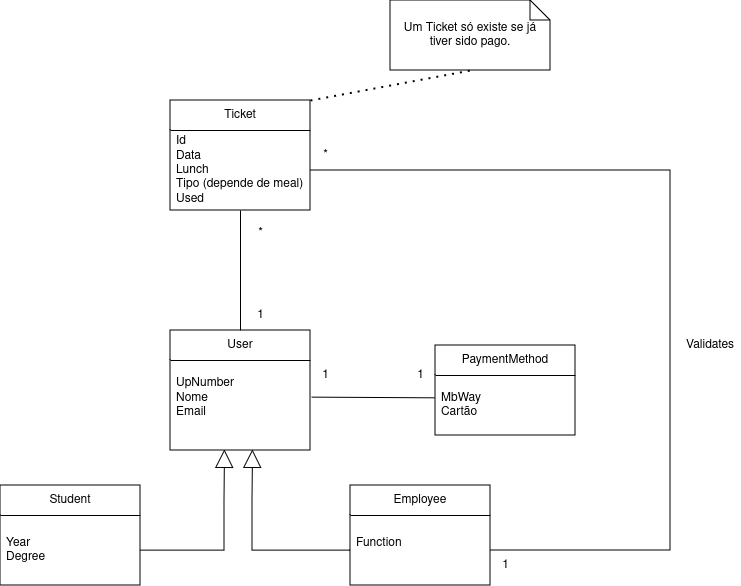
Earlier version of the draw.io export images/DomainModel.png (g0ncal0/esof_quickFork). Source tidied: cells renumbered, new cells last; positions are measured from the earlier drawing's top-left corner, leaving out a move shared by most shapes.
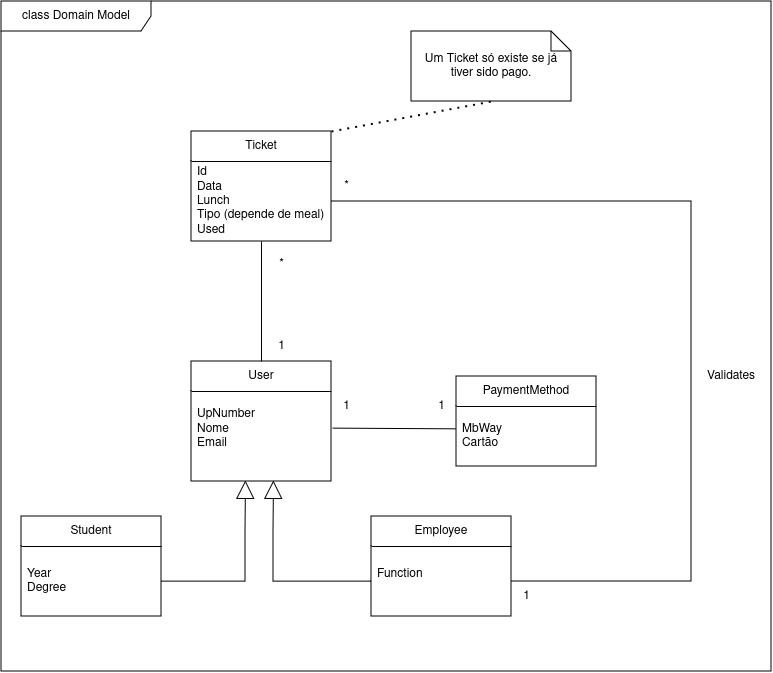
The same diagram one commit later.

Change to the diagram source:
```diff
@@ -91,5 +91,8 @@
         </Array>
       </mxGeometry>
     </mxCell>
+    <mxCell id="26" value="class Domain Model" style="shape=umlFrame;whiteSpace=wrap;html=1;width=150;height=30;" parent="1" vertex="1">
+      <mxGeometry x="-20" y="-30" width="770" height="670" as="geometry" />
+    </mxCell>
   </root>
 </mxGraphModel>
```
